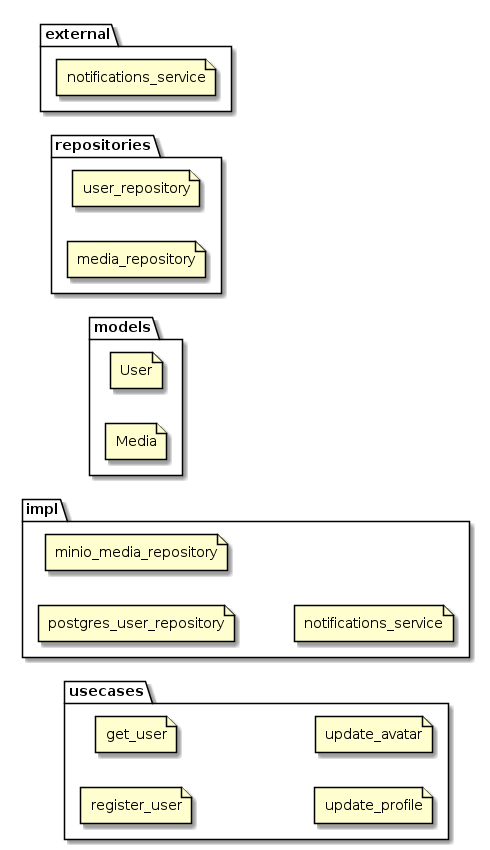
The PlantUML diagram packages.png in kluchi/diagrams, before a commit. Source of this version:
```plantuml
@startuml packages

left to right direction

folder models {
    file User
    file Media
}

folder usecases {
    file register_user
    file get_user
    file update_profile
    file update_avatar
}

folder repositories {
    file user_repository
    file media_repository
}

folder external {
    file notifications_service
}

folder impl {
    file postgres_user_repository
    file minio_media_repository
    file "notifications_service" as NotificationsServiceImpl
}

@enduml
```
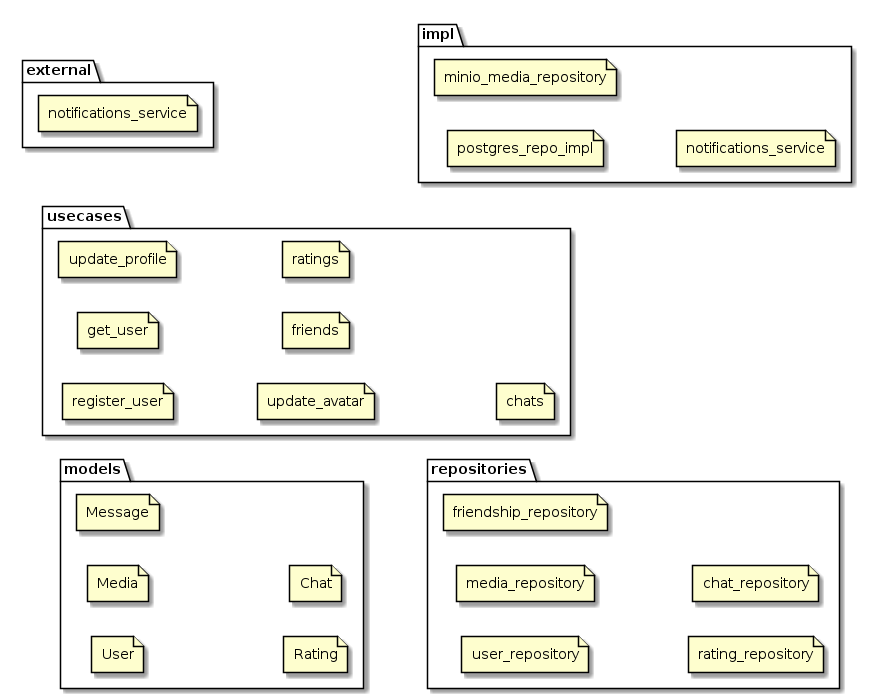
The same diagram one commit later.

The edit, as a diff of the source:
```diff
@@ -5,6 +5,9 @@
 folder models {
     file User
     file Media
+    file Message
+    file Rating
+    file Chat
 }
 
 folder usecases {
@@ -12,11 +15,17 @@
     file get_user
     file update_profile
     file update_avatar
+    file friends
+    file ratings
+    file chats
 }
 
 folder repositories {
     file user_repository
     file media_repository
+    file friendship_repository
+    file rating_repository
+    file chat_repository
 }
 
 folder external {
@@ -24,7 +33,7 @@
 }
 
 folder impl {
-    file postgres_user_repository
+    file postgres_repo_impl
     file minio_media_repository
     file "notifications_service" as NotificationsServiceImpl
 }
```
